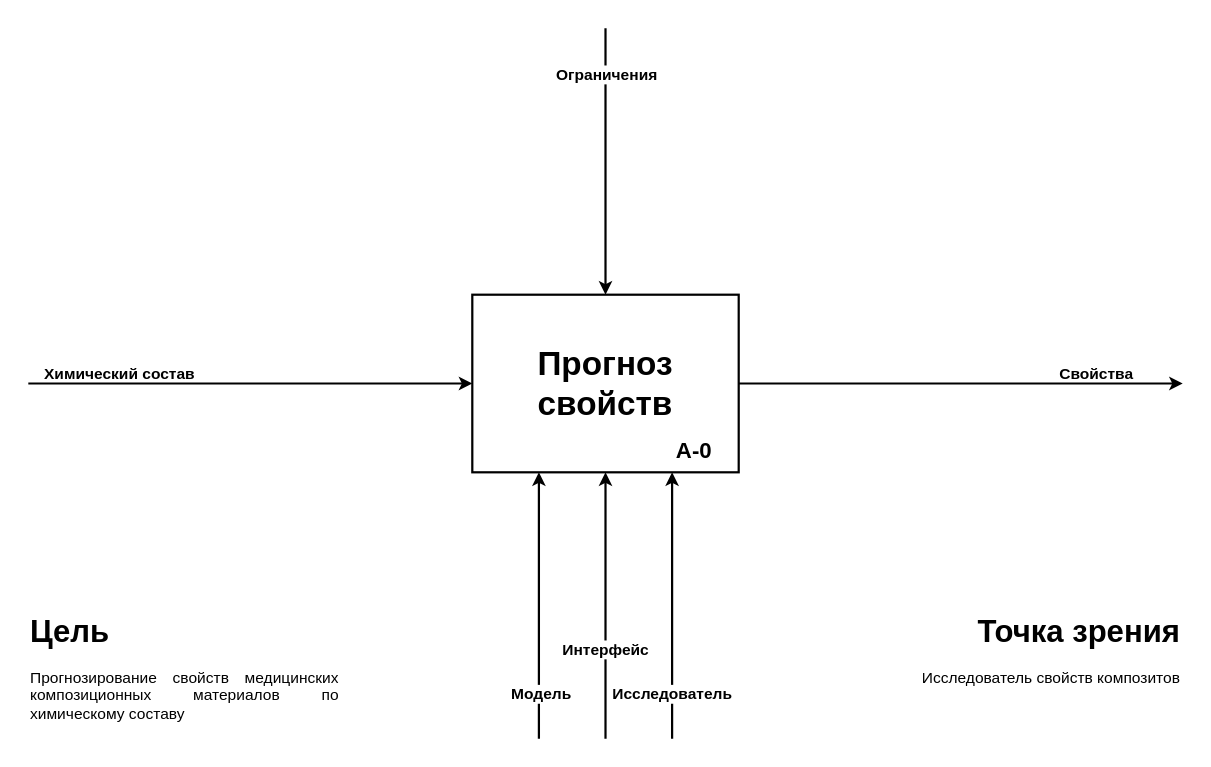
The draw.io diagram page "IDEF0 (A-0)" (1 of 2) of ВКР, отчет/ВКР, приложение/ВКР, IDEF0.drawio in Cyber-Limon/Final_qualifying_work___Diploma, before the edit. Source tidied: cells renumbered, new cells numbered last; positions are measured from the earlier drawing's top-left corner, leaving out a move shared by most shapes. Both pictures are drawn from the tidied source at 111%, with x=0, y=0 at pixel (28, 28).
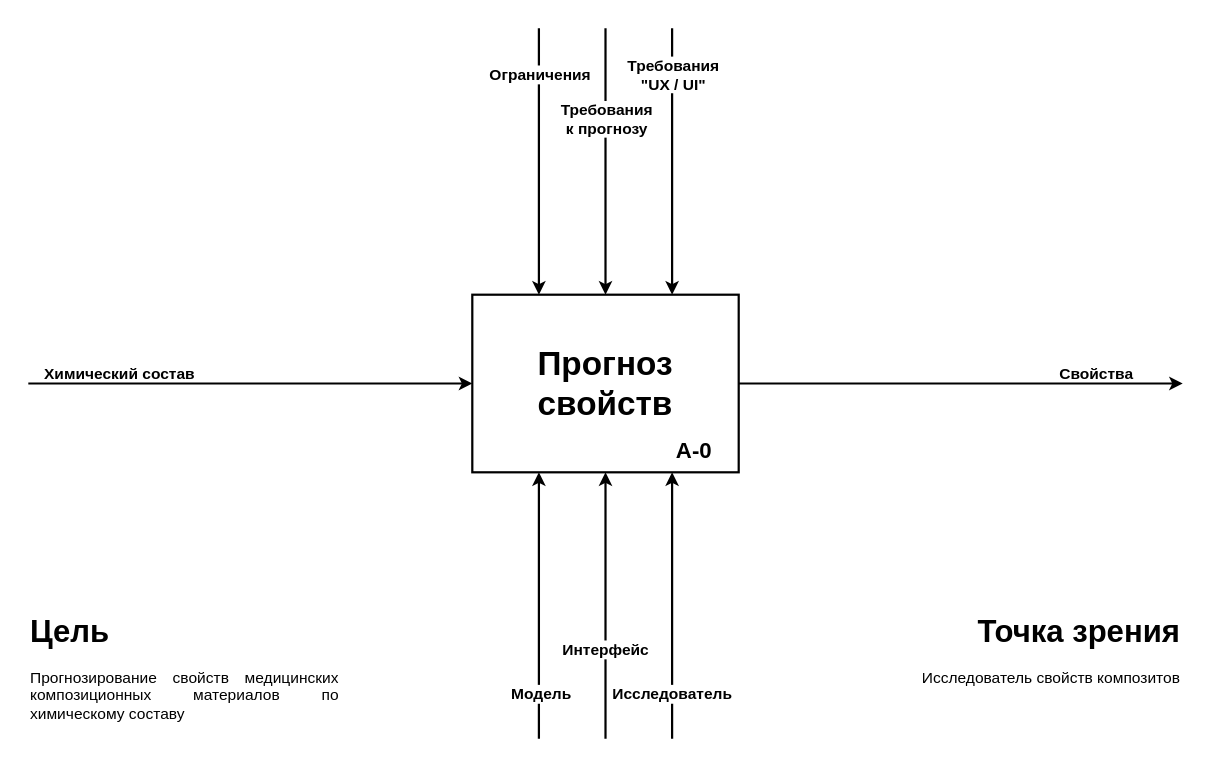
The same diagram, later.

What changed in the source:
```diff
@@
-    <mxCell id="2" value="&lt;b&gt;&lt;font style=&quot;font-size: 30px;&quot;&gt;Прогноз свойств&lt;/font&gt;&lt;/b&gt;" style="rounded=0;whiteSpace=wrap;html=1;strokeWidth=2;points=[[0,0.5,0,0,0],[0.25,1,0,0,0],[0.5,0,0,0,0],[0.5,1,0,0,0],[0.75,1,0,0,0],[1,0.5,0,0,0]];" parent="1" vertex="1">
+    <mxCell id="2" value="&lt;b&gt;&lt;font style=&quot;font-size: 30px;&quot;&gt;Прогноз свойств&lt;/font&gt;&lt;/b&gt;" style="rounded=0;whiteSpace=wrap;html=1;strokeWidth=2;points=[[0,0.5,0,0,0],[0.25,0,0,0,0],[0.25,1,0,0,0],[0.5,0,0,0,0],[0.5,1,0,0,0],[0.75,0,0,0,0],[0.75,1,0,0,0],[1,0.5,0,0,0]];" parent="1" vertex="1">
       <mxGeometry x="400" y="240" width="240" height="160" as="geometry" />
     </mxCell>
@@
-    <mxCell id="10" style="endArrow=classic;html=1;rounded=0;strokeWidth=2;entryX=0.5;entryY=0;entryDx=0;entryDy=0;entryPerimeter=0;" parent="1" edge="1" target="2">
+    <mxCell id="10" style="endArrow=classic;html=1;rounded=0;strokeWidth=2;entryX=0.25;entryY=0;entryDx=0;entryDy=0;entryPerimeter=0;" parent="1" edge="1" target="2">
       <mxGeometry relative="1" as="geometry">
-        <mxPoint x="520" as="sourcePoint" />
+        <mxPoint x="460" as="sourcePoint" />
       </mxGeometry>
     </mxCell>
@@
+    <mxCell id="18" style="endArrow=classic;html=1;rounded=0;strokeWidth=2;entryX=0.75;entryY=0;entryDx=0;entryDy=0;entryPerimeter=0;" parent="1" edge="1" target="2">
+      <mxGeometry relative="1" as="geometry">
+        <mxPoint x="580" as="sourcePoint" />
+      </mxGeometry>
+    </mxCell>
+    <mxCell id="19" value="Требования&lt;div&gt;&quot;UX / UI&quot;&lt;/div&gt;" style="edgeLabel;html=1;align=center;verticalAlign=middle;fontSize=14;fontStyle=1;labelBackgroundColor=#FFFFFF;" parent="18" vertex="1">
+      <mxGeometry x="-0.21" y="1" relative="1" as="geometry">
+        <mxPoint x="-1" y="-54" as="offset" />
+      </mxGeometry>
+    </mxCell>
+    <mxCell id="20" style="endArrow=classic;html=1;rounded=0;strokeWidth=2;entryX=0.5;entryY=0;entryDx=0;entryDy=0;entryPerimeter=0;" parent="1" edge="1" target="2">
+      <mxGeometry relative="1" as="geometry">
+        <mxPoint x="520" as="sourcePoint" />
+      </mxGeometry>
+    </mxCell>
+    <mxCell id="21" value="Требования&lt;div&gt;к прогнозу&lt;/div&gt;" style="edgeLabel;html=1;align=center;verticalAlign=middle;fontSize=14;fontStyle=1;labelBackgroundColor=#FFFFFF;" parent="20" vertex="1">
+      <mxGeometry x="-0.21" y="1" relative="1" as="geometry">
+        <mxPoint x="-1" y="-14" as="offset" />
+      </mxGeometry>
+    </mxCell>
```
